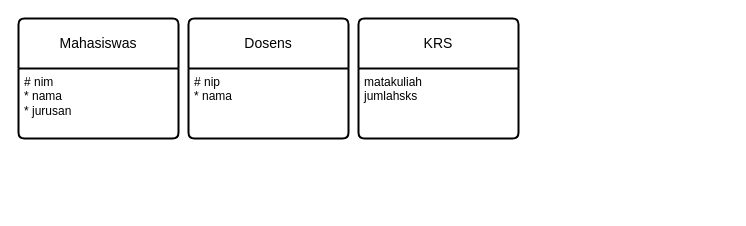
This is Untitled Diagram.drawio from Faraby23/FirstProject, a draw.io file, before an edit. Source tidied: cells renumbered, new cells numbered last; positions are measured from the earlier drawing's top-left corner, leaving out a move shared by most shapes. Both pictures are drawn from the tidied source at 100%, with x=0, y=0 at pixel (18, 18).
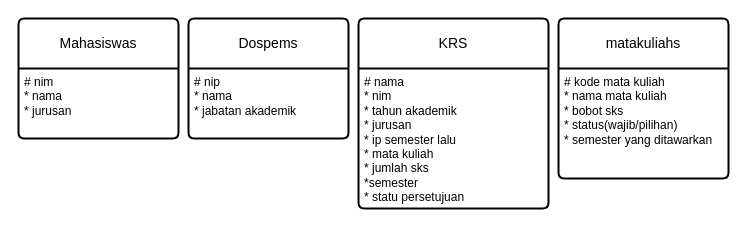
Above is the later version.

Change to the diagram source:
```diff
@@
 <mxGraphModel>
   <root>
     <mxCell id="0" />
     <mxCell id="1" parent="0" />
     <mxCell id="2" value="Mahasiswas" style="swimlane;horizontal=1;startSize=50;rounded=1;fontSize=14;fontStyle=0;strokeWidth=2;shadow=0;dashed=0;align=center;arcSize=4;whiteSpace=wrap;html=1;" parent="1" vertex="1">
       <mxGeometry width="160" height="120" as="geometry" />
     </mxCell>
     <mxCell id="3" value="# nim&lt;div&gt;* nama&lt;/div&gt;&lt;div&gt;* jurusan&lt;/div&gt;" style="align=left;strokeColor=none;fillColor=none;spacingLeft=4;spacingRight=4;fontSize=12;verticalAlign=top;html=1;whiteSpace=wrap;" parent="2" vertex="1">
       <mxGeometry y="50" width="160" height="70" as="geometry" />
     </mxCell>
-    <mxCell id="4" value="Dosens" style="swimlane;horizontal=1;startSize=50;rounded=1;fontSize=14;fontStyle=0;strokeWidth=2;shadow=0;dashed=0;align=center;arcSize=4;whiteSpace=wrap;html=1;" parent="1" vertex="1">
+    <mxCell id="4" value="Dospems" style="swimlane;horizontal=1;startSize=50;rounded=1;fontSize=14;fontStyle=0;strokeWidth=2;shadow=0;dashed=0;align=center;arcSize=4;whiteSpace=wrap;html=1;" parent="1" vertex="1">
       <mxGeometry x="170" width="160" height="120" as="geometry" />
     </mxCell>
-    <mxCell id="5" value="# nip&lt;div&gt;* nama&lt;/div&gt;" style="align=left;strokeColor=none;fillColor=none;spacingLeft=4;spacingRight=4;fontSize=12;verticalAlign=top;html=1;whiteSpace=wrap;" parent="4" vertex="1">
+    <mxCell id="5" value="# nip&lt;div&gt;* nama&lt;/div&gt;&lt;div&gt;* jabatan akademik&lt;/div&gt;" style="align=left;strokeColor=none;fillColor=none;spacingLeft=4;spacingRight=4;fontSize=12;verticalAlign=top;html=1;whiteSpace=wrap;" parent="4" vertex="1">
       <mxGeometry y="50" width="160" height="70" as="geometry" />
     </mxCell>
     <mxCell id="6" value="KRS" style="swimlane;horizontal=1;startSize=50;rounded=1;fontSize=14;fontStyle=0;strokeWidth=2;shadow=0;dashed=0;align=center;arcSize=4;whiteSpace=wrap;html=1;" parent="1" vertex="1">
-      <mxGeometry x="340" width="160" height="120" as="geometry" />
+      <mxGeometry x="340" width="190" height="190" as="geometry" />
     </mxCell>
-    <mxCell id="7" value="&lt;div&gt;matakuliah&lt;/div&gt;&lt;div&gt;jumlahsks&lt;/div&gt;" style="align=left;strokeColor=none;fillColor=none;spacingLeft=4;spacingRight=4;fontSize=12;verticalAlign=top;html=1;whiteSpace=wrap;" parent="6" vertex="1">
-      <mxGeometry y="50" width="160" height="70" as="geometry" />
+    <mxCell id="7" value="# nama&lt;div&gt;* nim&lt;/div&gt;&lt;div&gt;* tahun akademik&lt;/div&gt;&lt;div&gt;* jurusan&lt;/div&gt;&lt;div&gt;* ip semester lalu&lt;/div&gt;&lt;div&gt;* mata kuliah&lt;/div&gt;&lt;div&gt;* jumlah sks&lt;/div&gt;&lt;div&gt;*semester&lt;/div&gt;&lt;div&gt;* statu persetujuan&lt;/div&gt;" style="align=left;strokeColor=none;fillColor=none;spacingLeft=4;spacingRight=4;fontSize=12;verticalAlign=top;html=1;whiteSpace=wrap;" parent="6" vertex="1">
+      <mxGeometry y="50" width="190" height="140" as="geometry" />
     </mxCell>
+    <mxCell id="8" value="matakuliahs" style="swimlane;horizontal=1;startSize=50;rounded=1;fontSize=14;fontStyle=0;strokeWidth=2;shadow=0;dashed=0;align=center;arcSize=4;whiteSpace=wrap;html=1;" parent="1" vertex="1">
+      <mxGeometry x="540" width="170" height="160" as="geometry" />
+    </mxCell>
+    <mxCell id="9" value="# kode mata kuliah&lt;div&gt;* nama mata kuliah&lt;/div&gt;&lt;div&gt;* bobot sks&lt;/div&gt;&lt;div&gt;* status(wajib/pilihan)&lt;/div&gt;&lt;div&gt;* semester yang ditawarkan&lt;/div&gt;&lt;div&gt;&lt;br&gt;&lt;/div&gt;" style="align=left;strokeColor=none;fillColor=none;spacingLeft=4;spacingRight=4;fontSize=12;verticalAlign=top;html=1;whiteSpace=wrap;" parent="8" vertex="1">
+      <mxGeometry y="50" width="170" height="110" as="geometry" />
+    </mxCell>
   </root>
 </mxGraphModel>
```
